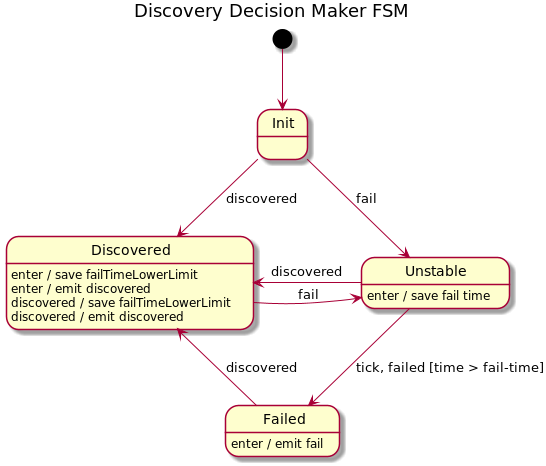
Above: docs/design/network-discovery/DiscoveryDecisionMaker-FSM.png in telstra/open-kilda (PlantUML), before the change.
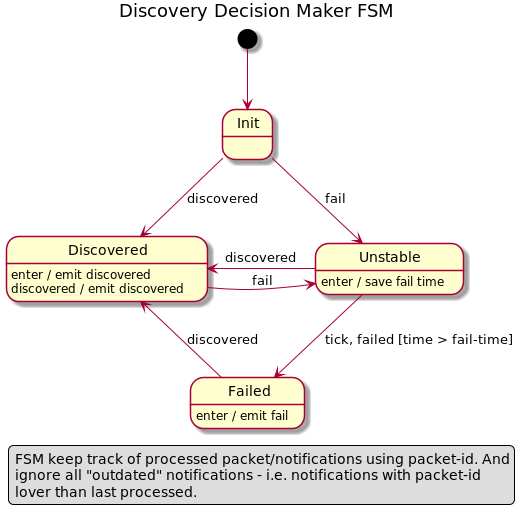
Later version of the same file.

What changed in the source:
```diff
@@ -1,5 +1,11 @@
 @startuml
 title Discovery Decision Maker FSM
+
+legend
+    FSM keep track of processed packet/notifications using packet-id. And
+    ignore all "outdated" notifications - i.e. notifications with packet-id
+    lover than last processed.
+endlegend
 
 [*] --> Init
 
@@ -14,9 +20,7 @@
 Failed -> Discovered : discovered
 
 Discovered -> Unstable : fail
-Discovered : enter / save failTimeLowerLimit
 Discovered : enter / emit discovered
-Discovered : discovered / save failTimeLowerLimit
 Discovered : discovered / emit discovered
 
 @enduml
```
